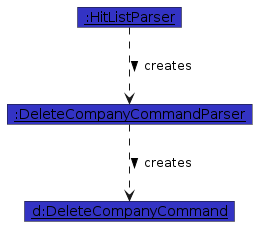
Above: diagrams/delete-company/CompanyDeleteParsing.png in AY2526S2-CS2103T-W11-2/tp (PlantUML), before the change. Its source is kept beside it as diagrams/delete-company/CompanyDeleteParsing.puml. The source it was exported from:
```plantuml
@startuml
!include ../style.puml
skinparam ArrowFontStyle plain

show objects

object "<u>:HitListParser</u>" as HitListParser LOGIC_COLOR
object "<u>:DeleteCompanyCommandParser</u>" as DeleteCompanyCommandParser LOGIC_COLOR
object "<u>d:DeleteCompanyCommand</u>" as DeleteCompanyCommand LOGIC_COLOR

HitListParser ..> DeleteCompanyCommandParser : creates >
DeleteCompanyCommandParser ..> DeleteCompanyCommand : creates >

DeleteCompanyCommand : targetName = "Google"
@enduml
```
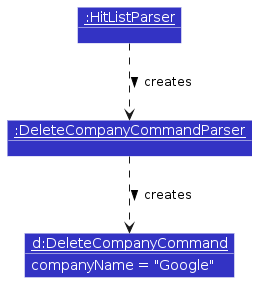
Later version of the same file.

The edit, as a diff of the source:
```diff
@@ -2,7 +2,13 @@
 !include ../style.puml
 skinparam ArrowFontStyle plain
 
+skinparam shadowing false
+skinparam ObjectFontColor #FFFFFF
+skinparam ObjectAttributeFontColor #FFFFFF
+skinparam ObjectBorderColor #FFFFFF
+
 show objects
+show members
 
 object "<u>:HitListParser</u>" as HitListParser LOGIC_COLOR
 object "<u>:DeleteCompanyCommandParser</u>" as DeleteCompanyCommandParser LOGIC_COLOR
@@ -11,5 +17,5 @@
 HitListParser ..> DeleteCompanyCommandParser : creates >
 DeleteCompanyCommandParser ..> DeleteCompanyCommand : creates >
 
-DeleteCompanyCommand : targetName = "Google"
+DeleteCompanyCommand : companyName = "Google"
 @enduml
```
